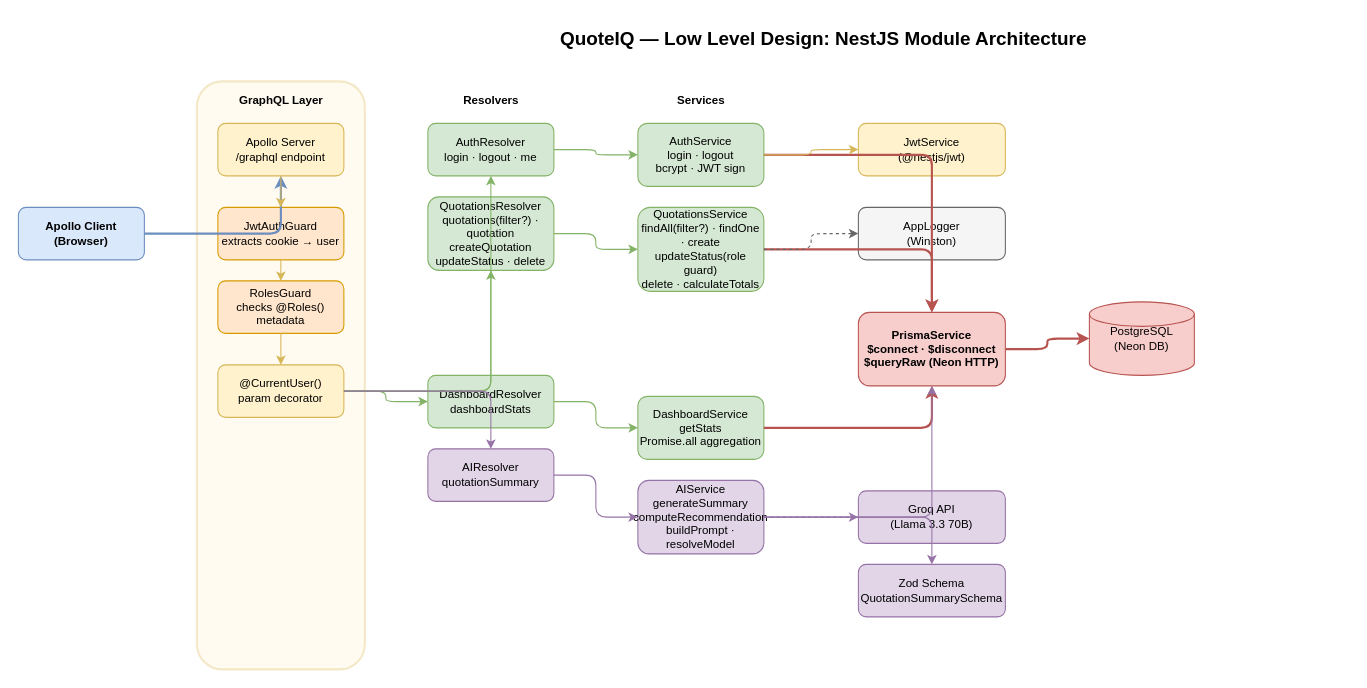
The draw.io diagram docs/drawio/lld-nestjs-module-architecture.drawio in Eunice-Amirtharajan/quote-iq, before the edit. Source tidied: cells renumbered, new cells numbered last; positions are measured from the earlier drawing's top-left corner, leaving out a move shared by most shapes. Both pictures are drawn from the tidied source at 105%, with x=0, y=0 at pixel (18, 18).
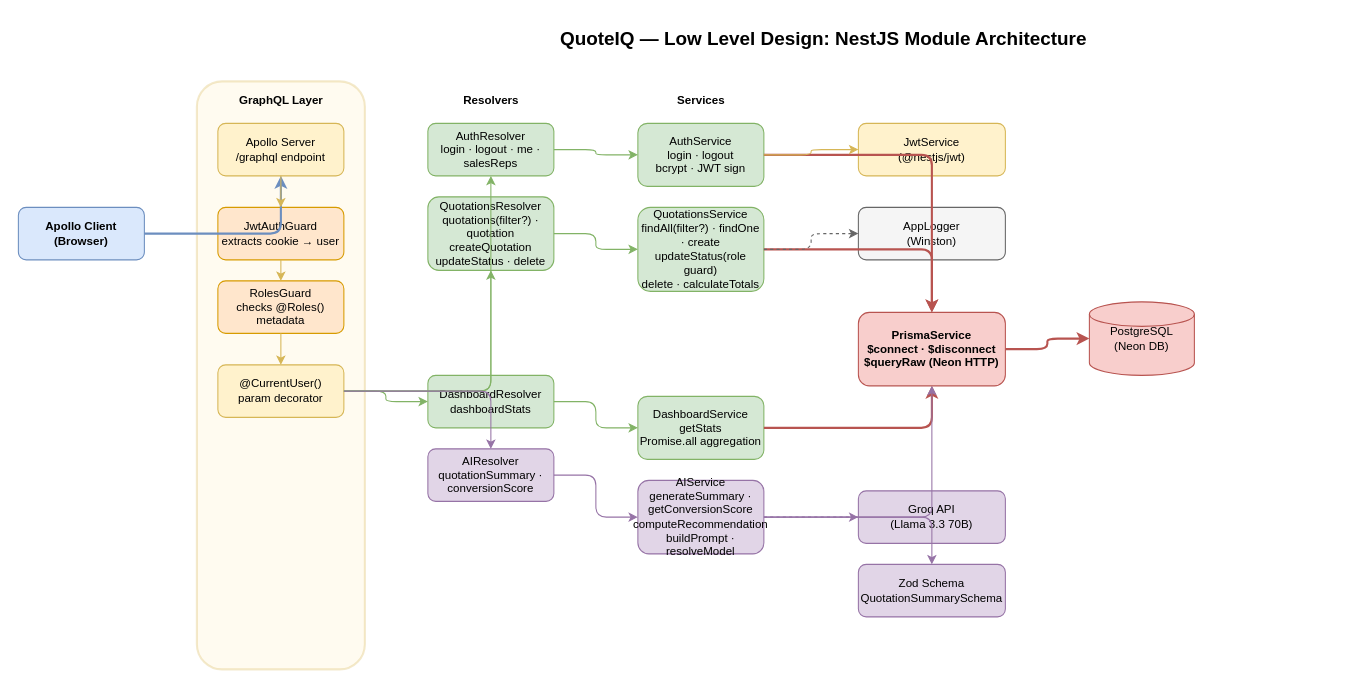
Above is the later version.

The edit, as a diff of the source:
```diff
@@
-    <mxCell id="11" value="AuthResolver&#10;login · logout · me" style="rounded=1;whiteSpace=wrap;html=1;fillColor=#d5e8d4;strokeColor=#82b366;fontSize=11;" parent="1" vertex="1">
+    <mxCell id="11" value="AuthResolver&#10;login · logout · me · salesReps" style="rounded=1;whiteSpace=wrap;html=1;fillColor=#d5e8d4;strokeColor=#82b366;fontSize=11;" parent="1" vertex="1">
       <mxGeometry x="390" y="100" width="120" height="50" as="geometry" />
     </mxCell>
@@
-    <mxCell id="14" value="AIResolver&#10;quotationSummary" style="rounded=1;whiteSpace=wrap;html=1;fillColor=#e1d5e7;strokeColor=#9673a6;fontSize=11;" parent="1" vertex="1">
+    <mxCell id="14" value="AIResolver&#10;quotationSummary · conversionScore" style="rounded=1;whiteSpace=wrap;html=1;fillColor=#e1d5e7;strokeColor=#9673a6;fontSize=11;" parent="1" vertex="1">
       <mxGeometry x="390" y="410" width="120" height="50" as="geometry" />
     </mxCell>
@@
-    <mxCell id="19" value="AIService&#10;generateSummary&#10;computeRecommendation&#10;buildPrompt · resolveModel" style="rounded=1;whiteSpace=wrap;html=1;fillColor=#e1d5e7;strokeColor=#9673a6;fontSize=11;" parent="1" vertex="1">
+    <mxCell id="19" value="AIService&#10;generateSummary · getConversionScore&#10;computeRecommendation&#10;buildPrompt · resolveModel" style="rounded=1;whiteSpace=wrap;html=1;fillColor=#e1d5e7;strokeColor=#9673a6;fontSize=11;" parent="1" vertex="1">
       <mxGeometry x="590" y="440" width="120" height="70" as="geometry" />
     </mxCell>
```
